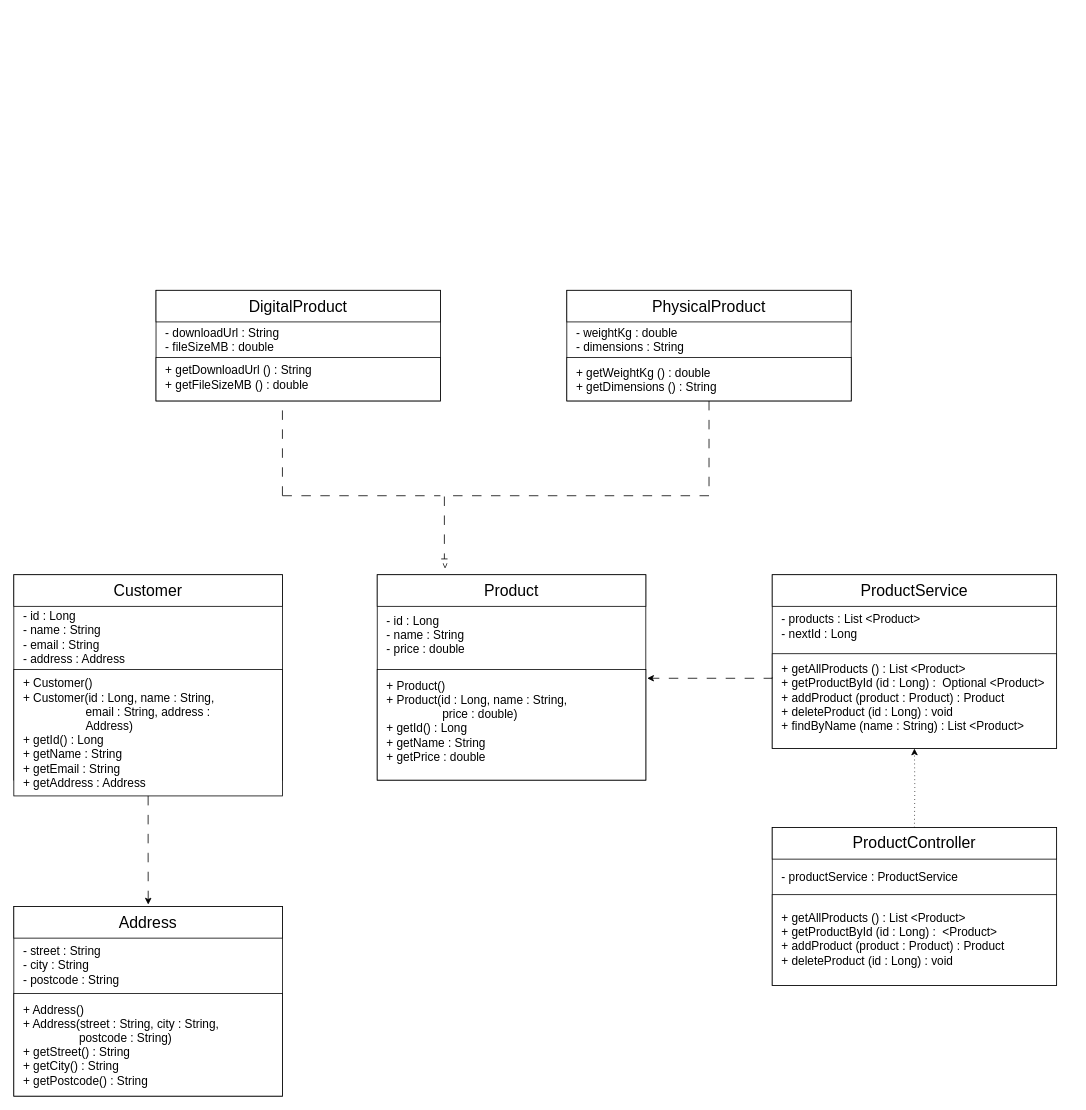
Earlier version of the draw.io diagram docs/uml/OOP_UML.drawio (gimasha20250188-cpu/OOP_Tutorials). Source tidied: cells renumbered, new cells numbered last; positions are measured from the earlier drawing's top-left corner, leaving out a move shared by most shapes. Both pictures are drawn from the tidied source at 79%, with x=0, y=0 at pixel (13, 290).
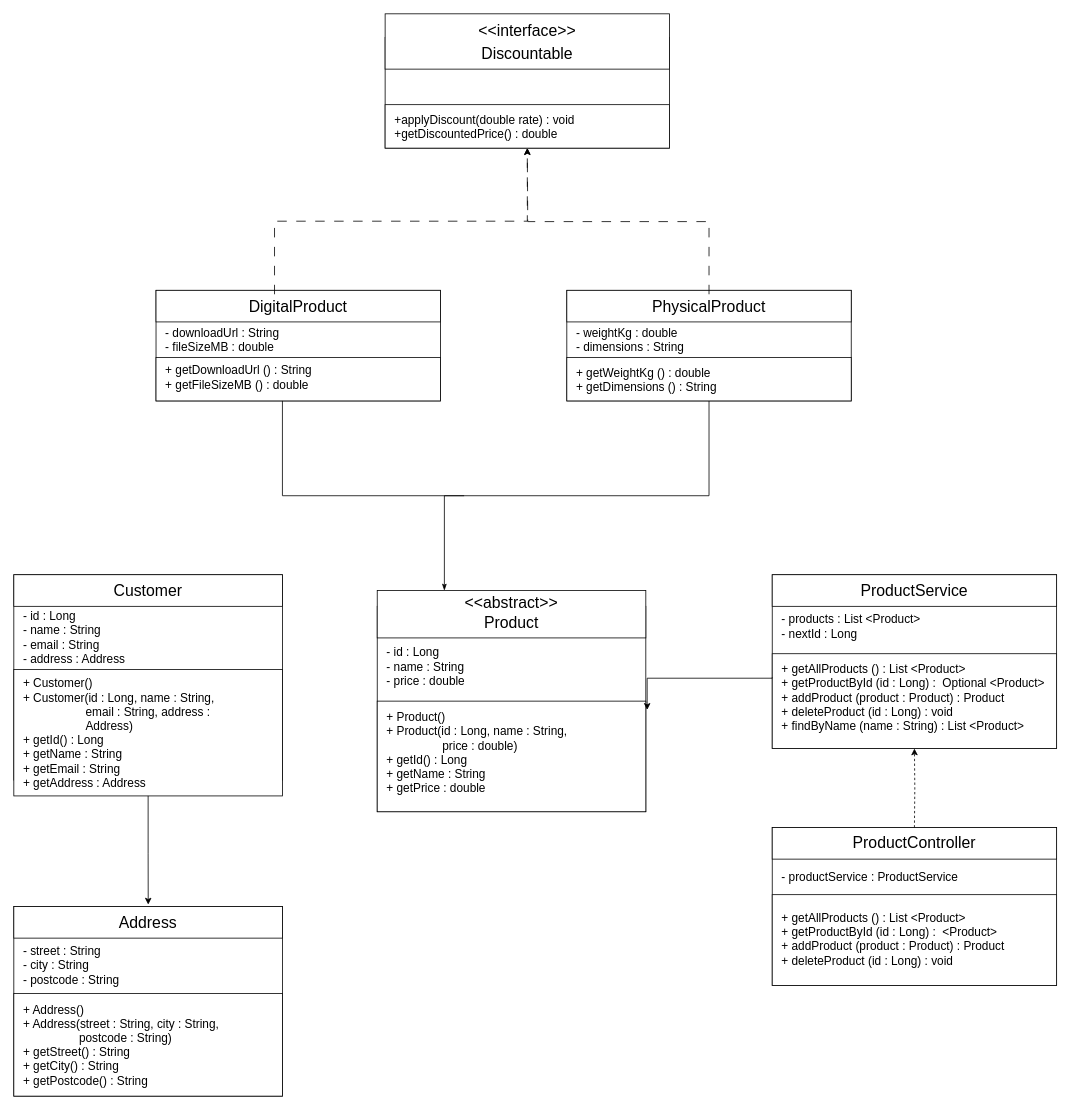
Above is the later version.

Commit message (it also covers changes not shown here):
Tutorial 5: polymorphism — getSummary override and Discountable interface

The change refers to these unchanged cells:
```xml
<mxCell id="12" style="rounded=0;whiteSpace=wrap;html=1;" parent="1" vertex="1">
  <mxGeometry y="480" width="340" height="160" as="geometry" />
</mxCell>
<mxCell id="16" value="Address" style="text;html=1;whiteSpace=wrap;strokeColor=none;fillColor=none;align=center;verticalAlign=middle;rounded=0;fontSize=20;" parent="1" vertex="1">
  <mxGeometry x="140" y="785" width="60" height="30" as="geometry" />
</mxCell>
<mxCell id="24" style="rounded=0;whiteSpace=wrap;html=1;" parent="1" vertex="1">
  <mxGeometry x="960" y="460" width="360" height="120" as="geometry" />
</mxCell>
<mxCell id="37" value="DigitalProduct" style="text;html=1;whiteSpace=wrap;strokeColor=none;fillColor=none;align=center;verticalAlign=middle;rounded=0;fontSize=20;" parent="1" vertex="1">
  <mxGeometry x="330" y="5" width="60" height="30" as="geometry" />
</mxCell>
<mxCell id="43" value="PhysicalProduct" style="text;html=1;whiteSpace=wrap;strokeColor=none;fillColor=none;align=center;verticalAlign=middle;rounded=0;fontSize=20;" parent="1" vertex="1">
  <mxGeometry x="850" y="5" width="60" height="30" as="geometry" />
</mxCell>
<mxCell id="46" style="rounded=0;whiteSpace=wrap;html=1;" parent="1" vertex="1">
  <mxGeometry x="700" y="85" width="360" height="55" as="geometry" />
</mxCell>
```

What changed in the source:
```diff
@@
     <mxCell id="2" style="rounded=0;whiteSpace=wrap;html=1;" parent="1" vertex="1">
-      <mxGeometry x="460" y="360" width="340" height="260" as="geometry" />
+      <mxGeometry x="460" y="400" width="340" height="260" as="geometry" />
     </mxCell>
     <mxCell id="3" style="rounded=0;whiteSpace=wrap;html=1;" parent="1" vertex="1">
-      <mxGeometry x="460" y="360" width="340" height="40" as="geometry" />
+      <mxGeometry x="460" y="380" width="340" height="60" as="geometry" />
     </mxCell>
     <mxCell id="4" value="Product" style="text;html=1;whiteSpace=wrap;strokeColor=none;fillColor=none;align=center;verticalAlign=middle;rounded=0;fontSize=20;" parent="1" vertex="1">
-      <mxGeometry x="600" y="365" width="60" height="30" as="geometry" />
+      <mxGeometry x="600" y="405" width="60" height="30" as="geometry" />
     </mxCell>
     <mxCell id="5" value="- id : Long&lt;div&gt;- name : String&lt;/div&gt;&lt;div&gt;- price : double&lt;br&gt;&lt;div&gt;&lt;br&gt;&lt;/div&gt;&lt;/div&gt;" style="text;html=1;whiteSpace=wrap;strokeColor=none;fillColor=none;align=left;verticalAlign=middle;rounded=0;fontSize=15;" parent="1" vertex="1">
-      <mxGeometry x="470" y="430" width="150" height="30" as="geometry" />
+      <mxGeometry x="470" y="470" width="150" height="30" as="geometry" />
     </mxCell>
     <mxCell id="6" style="rounded=0;whiteSpace=wrap;html=1;" parent="1" vertex="1">
-      <mxGeometry x="460" y="480" width="340" height="140" as="geometry" />
+      <mxGeometry x="460" y="520" width="340" height="140" as="geometry" />
     </mxCell>
     <mxCell id="7" value="&lt;div&gt;&lt;div&gt;+ Product()&lt;/div&gt;&lt;/div&gt;&lt;div&gt;+ Product(id : Long, name : String,&amp;nbsp; &amp;nbsp; &amp;nbsp; &amp;nbsp; &amp;nbsp; &amp;nbsp; &amp;nbsp; &amp;nbsp; &amp;nbsp; &amp;nbsp; &amp;nbsp; &amp;nbsp;price : double)&lt;/div&gt;&lt;div&gt;+ getId() : Long&lt;/div&gt;&lt;div&gt;+ getName : String&lt;/div&gt;&lt;div&gt;+ getPrice : double&lt;/div&gt;" style="text;html=1;whiteSpace=wrap;strokeColor=none;fillColor=none;align=left;verticalAlign=middle;rounded=0;fontSize=15;" parent="1" vertex="1">
-      <mxGeometry x="470" y="530" width="260" height="30" as="geometry" />
+      <mxGeometry x="470" y="570" width="260" height="30" as="geometry" />
     </mxCell>
@@
-    <mxCell id="28" style="edgeStyle=orthogonalEdgeStyle;rounded=0;jettySize=auto;html=1;entryX=0.5;entryY=1;entryDx=0;entryDy=0;dashed=1;dashPattern=1 4;" parent="1" edge="1" target="24">
+    <mxCell id="28" style="edgeStyle=orthogonalEdgeStyle;rounded=0;jettySize=auto;html=1;entryX=0.5;entryY=1;entryDx=0;entryDy=0;dashed=1;" parent="1" edge="1" target="24">
       <mxGeometry relative="1" as="geometry">
         <mxPoint x="1140" y="680" as="sourcePoint" />
       </mxGeometry>
     </mxCell>
@@
-    <mxCell id="33" style="edgeStyle=orthogonalEdgeStyle;rounded=0;jettySize=auto;html=1;exitX=0;exitY=0.25;exitDx=0;exitDy=0;entryX=1.005;entryY=0.079;entryDx=0;entryDy=0;entryPerimeter=0;dashed=1;dashPattern=12 12;" parent="1" edge="1" source="24" target="6">
+    <mxCell id="33" style="edgeStyle=orthogonalEdgeStyle;rounded=0;jettySize=auto;html=1;exitX=0;exitY=0.25;exitDx=0;exitDy=0;entryX=1.005;entryY=0.079;entryDx=0;entryDy=0;entryPerimeter=0;" parent="1" edge="1" source="24" target="6">
       <mxGeometry relative="1" as="geometry">
         <Array as="points">
           <mxPoint x="960" y="491" />
         </Array>
       </mxGeometry>
     </mxCell>
-    <mxCell id="34" style="edgeStyle=orthogonalEdgeStyle;rounded=0;jettySize=auto;html=1;exitX=0.5;exitY=1;exitDx=0;exitDy=0;entryX=0.502;entryY=-0.25;entryDx=0;entryDy=0;entryPerimeter=0;dashed=1;dashPattern=12 12;" parent="1" edge="1" source="12" target="16">
+    <mxCell id="34" style="edgeStyle=orthogonalEdgeStyle;rounded=0;jettySize=auto;html=1;exitX=0.5;exitY=1;exitDx=0;exitDy=0;entryX=0.502;entryY=-0.25;entryDx=0;entryDy=0;entryPerimeter=0;" parent="1" edge="1" source="12" target="16">
       <mxGeometry relative="1" as="geometry" />
     </mxCell>
@@
+    <mxCell id="51" style="edgeStyle=orthogonalEdgeStyle;rounded=0;jettySize=auto;html=1;exitX=0;exitY=0;exitDx=0;exitDy=0;entryX=0.5;entryY=1;entryDx=0;entryDy=0;dashed=1;dashPattern=12 12;" parent="1" edge="1" source="37" target="56">
+      <mxGeometry relative="1" as="geometry" />
+    </mxCell>
@@
+    <mxCell id="52" style="edgeStyle=orthogonalEdgeStyle;rounded=0;jettySize=auto;html=1;exitX=0.5;exitY=0;exitDx=0;exitDy=0;dashed=1;dashPattern=12 12;" parent="1" edge="1" source="43">
+      <mxGeometry relative="1" as="geometry">
+        <mxPoint x="650" y="-180" as="targetPoint" />
+      </mxGeometry>
+    </mxCell>
@@
-    <mxCell id="45" style="edgeStyle=orthogonalEdgeStyle;rounded=0;jettySize=auto;html=1;endArrow=baseDash;endFill=0;dashed=1;dashPattern=12 12;" parent="1" edge="1" source="46">
+    <mxCell id="45" style="edgeStyle=orthogonalEdgeStyle;rounded=0;jettySize=auto;html=1;endArrow=classicThin;endFill=1;entryX=0.25;entryY=0;entryDx=0;entryDy=0;" parent="1" edge="1" source="46" target="3">
       <mxGeometry relative="1" as="geometry">
-        <mxPoint x="545" y="340" as="targetPoint" />
         <Array as="points">
           <mxPoint x="880" y="260" />
           <mxPoint x="545" y="260" />
         </Array>
       </mxGeometry>
     </mxCell>
@@
-    <mxCell id="48" style="endArrow=none;dashed=1;html=1;rounded=0;dashPattern=12 12;" parent="1" edge="1">
+    <mxCell id="48" style="endArrow=none;html=1;rounded=0;" parent="1" edge="1">
       <mxGeometry relative="1" as="geometry">
         <mxPoint x="340" y="260" as="sourcePoint" />
         <mxPoint x="340" y="140" as="targetPoint" />
       </mxGeometry>
     </mxCell>
-    <mxCell id="49" style="endArrow=none;dashed=1;html=1;rounded=0;dashPattern=12 12;" parent="1" edge="1">
+    <mxCell id="49" style="endArrow=none;html=1;rounded=0;" parent="1" edge="1">
       <mxGeometry relative="1" as="geometry">
         <mxPoint x="340" y="260" as="sourcePoint" />
-        <mxPoint x="540" y="260" as="targetPoint" />
+        <mxPoint x="570" y="260" as="targetPoint" />
       </mxGeometry>
     </mxCell>
-    <mxCell id="50" value="&amp;gt;" style="text;html=1;strokeColor=none;fillColor=none;align=center;verticalAlign=middle;whiteSpace=wrap;rounded=0;rotation=90;" parent="1" vertex="1">
-      <mxGeometry x="516" y="333" width="60" height="32" as="geometry" />
+    <mxCell id="50" value="&amp;lt;&amp;lt;abstract&amp;gt;&amp;gt;" style="text;html=1;whiteSpace=wrap;strokeColor=none;fillColor=none;align=center;verticalAlign=middle;rounded=0;fontSize=20;" parent="1" vertex="1">
+      <mxGeometry x="600" y="380" width="60" height="30" as="geometry" />
     </mxCell>
+    <mxCell id="53" style="rounded=0;whiteSpace=wrap;html=1;" parent="1" vertex="1">
+      <mxGeometry x="470" y="-320" width="360" height="140" as="geometry" />
+    </mxCell>
+    <mxCell id="54" style="rounded=0;whiteSpace=wrap;html=1;" parent="1" vertex="1">
+      <mxGeometry x="470" y="-350" width="360" height="70" as="geometry" />
+    </mxCell>
+    <mxCell id="55" value="Discountable" style="text;html=1;whiteSpace=wrap;strokeColor=none;fillColor=none;align=center;verticalAlign=middle;rounded=0;fontSize=20;" parent="1" vertex="1">
+      <mxGeometry x="620" y="-315" width="60" height="30" as="geometry" />
+    </mxCell>
+    <mxCell id="56" style="rounded=0;whiteSpace=wrap;html=1;" parent="1" vertex="1">
+      <mxGeometry x="470" y="-235" width="360" height="55" as="geometry" />
+    </mxCell>
+    <mxCell id="57" value="+applyDiscount(double rate) : void&lt;br&gt;+getDiscountedPrice() : double&lt;div&gt;&lt;div&gt;&lt;/div&gt;&lt;/div&gt;" style="text;html=1;whiteSpace=wrap;strokeColor=none;fillColor=none;align=left;verticalAlign=middle;rounded=0;fontSize=15;" parent="1" vertex="1">
+      <mxGeometry x="480" y="-222.5" width="460" height="30" as="geometry" />
+    </mxCell>
+    <mxCell id="58" value="&amp;lt;&amp;lt;interface&amp;gt;&amp;gt;" style="text;html=1;whiteSpace=wrap;strokeColor=none;fillColor=none;align=center;verticalAlign=middle;rounded=0;fontSize=20;" parent="1" vertex="1">
+      <mxGeometry x="620" y="-345" width="60" height="30" as="geometry" />
+    </mxCell>
```
